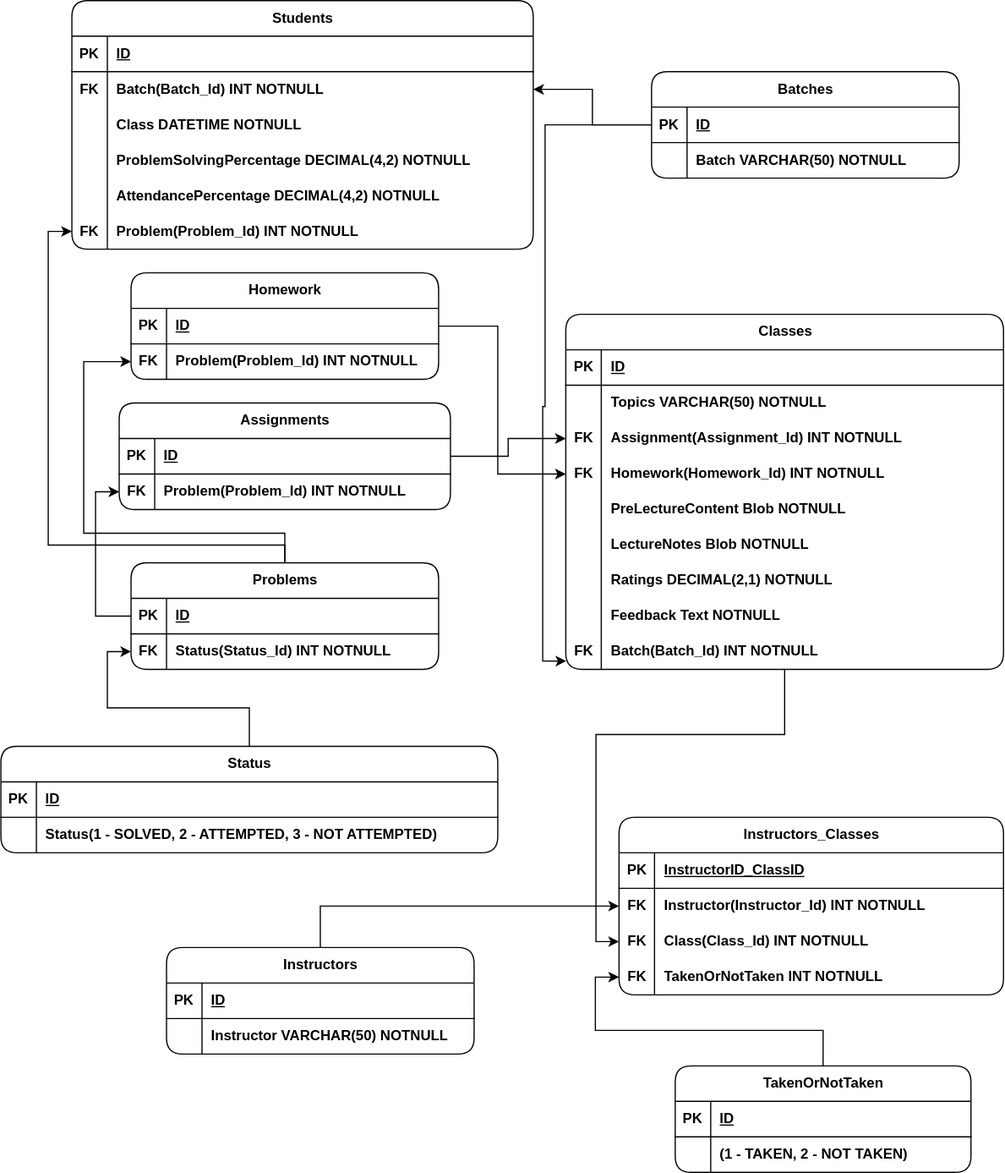
Before: Online Classes.svg, a diagram exported from draw.io (Deadlegend1321/Schemas). Source tidied: cells renumbered, new cells last; positions are measured from the earlier drawing's top-left corner, leaving out a move shared by most shapes.
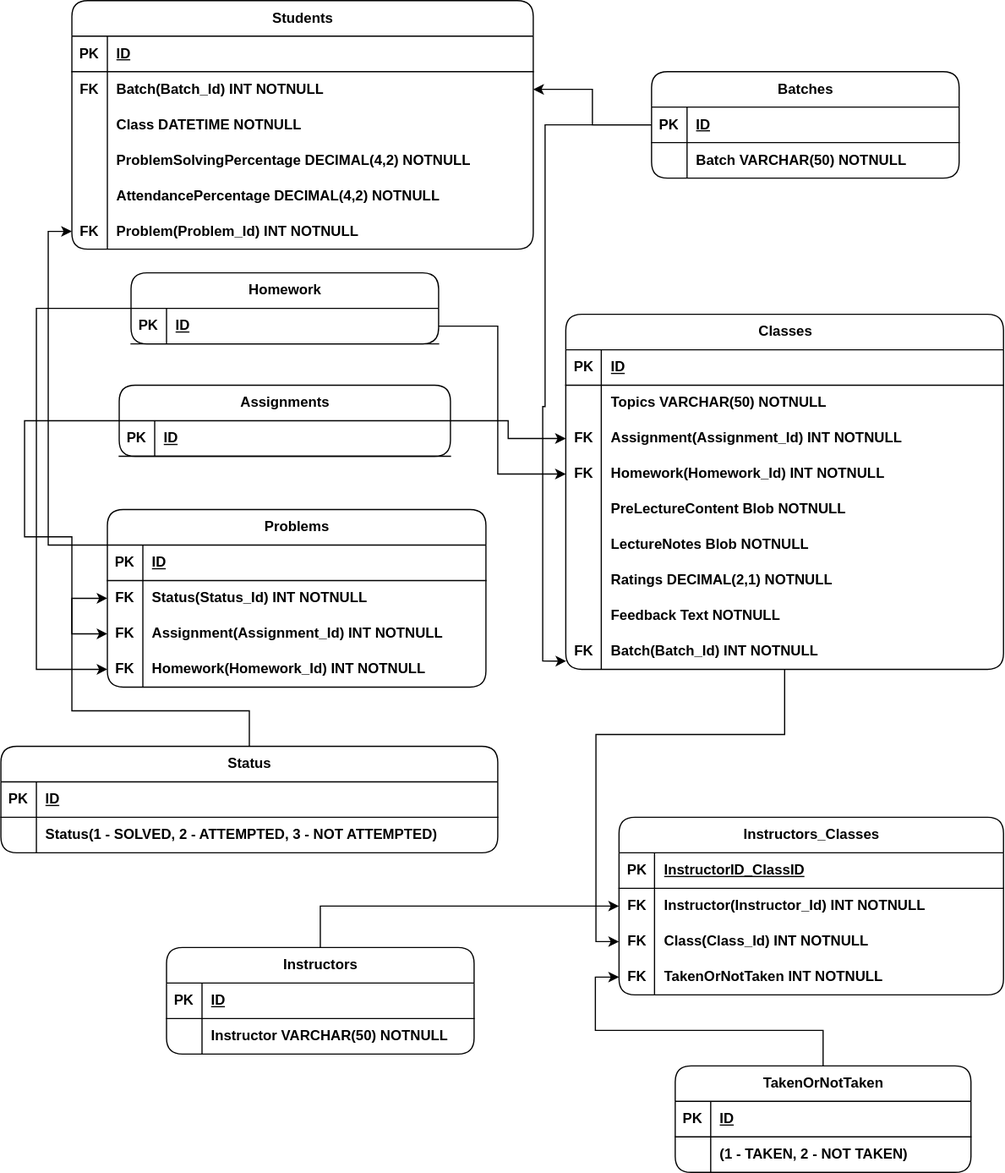
Above is the later version.

What changed in the source:
```diff
@@ -155,8 +155,18 @@
     <mxCell id="50" style="edgeStyle=orthogonalEdgeStyle;rounded=0;jettySize=auto;html=1;entryX=0;entryY=0.5;entryDx=0;entryDy=0;" parent="1" edge="1" source="51" target="29">
       <mxGeometry relative="1" as="geometry" />
     </mxCell>
+    <mxCell id="122" style="edgeStyle=orthogonalEdgeStyle;rounded=0;jettySize=auto;html=1;entryX=0;entryY=0.5;entryDx=0;entryDy=0;" parent="1" edge="1" source="51" target="124">
+      <mxGeometry relative="1" as="geometry">
+        <Array as="points">
+          <mxPoint x="20" y="355" />
+          <mxPoint x="20" y="453" />
+          <mxPoint x="60" y="453" />
+          <mxPoint x="60" y="535" />
+        </Array>
+      </mxGeometry>
+    </mxCell>
     <mxCell id="51" value="Assignments" style="shape=table;startSize=30;rowLines=0;fontStyle=1;align=center;html=1;rounded=1;" parent="1" vertex="1">
-      <mxGeometry x="100" y="340" width="280" height="90" as="geometry" />
+      <mxGeometry x="100" y="325" width="280" height="60" as="geometry" />
     </mxCell>
     <mxCell id="52" style="shape=tableRow;horizontal=0;startSize=0;swimlaneHead=0;swimlaneBody=0;fillColor=none;top=0;left=0;right=0;bottom=1;" parent="51" vertex="1">
       <mxGeometry y="30" width="280" height="30" as="geometry" />
@@ -167,15 +177,6 @@
     <mxCell id="54" value="ID" style="shape=partialRectangle;fillColor=none;top=0;left=0;bottom=0;right=0;align=left;spacingLeft=6;fontStyle=5;overflow=hidden;whiteSpace=wrap;html=1;" parent="52" vertex="1">
       <mxGeometry x="30" width="250" height="30" as="geometry" />
     </mxCell>
-    <mxCell id="55" style="shape=tableRow;horizontal=0;startSize=0;swimlaneHead=0;swimlaneBody=0;fillColor=none;points=[[0,0.5],[1,0.5]];portConstraint=eastwest;top=0;left=0;right=0;bottom=0;" parent="51" vertex="1">
-      <mxGeometry y="60" width="280" height="30" as="geometry" />
-    </mxCell>
-    <mxCell id="56" value="&lt;b style=&quot;border-color: var(--border-color);&quot;&gt;FK&lt;/b&gt;" style="shape=partialRectangle;fillColor=none;top=0;left=0;bottom=0;right=0;overflow=hidden;whiteSpace=wrap;html=1;" parent="55" vertex="1">
-      <mxGeometry width="30" height="30" as="geometry" />
-    </mxCell>
-    <mxCell id="57" value="&lt;b style=&quot;border-color: var(--border-color);&quot;&gt;Problem(&lt;b style=&quot;border-color: var(--border-color);&quot;&gt;Problem_&lt;/b&gt;Id) INT NOTNULL&lt;/b&gt;" style="shape=partialRectangle;fillColor=none;top=0;left=0;bottom=0;right=0;align=left;spacingLeft=6;overflow=hidden;whiteSpace=wrap;html=1;" parent="55" vertex="1">
-      <mxGeometry x="30" width="250" height="30" as="geometry" />
-    </mxCell>
     <mxCell id="58" style="edgeStyle=orthogonalEdgeStyle;rounded=0;jettySize=auto;html=1;entryX=0;entryY=0.5;entryDx=0;entryDy=0;" parent="1" edge="1" source="59" target="78">
       <mxGeometry relative="1" as="geometry" />
     </mxCell>
@@ -208,8 +209,16 @@
         </Array>
       </mxGeometry>
     </mxCell>
+    <mxCell id="123" style="edgeStyle=orthogonalEdgeStyle;rounded=0;jettySize=auto;html=1;entryX=0;entryY=0.5;entryDx=0;entryDy=0;" parent="1" edge="1" source="67" target="127">
+      <mxGeometry relative="1" as="geometry">
+        <Array as="points">
+          <mxPoint x="30" y="260" />
+          <mxPoint x="30" y="565" />
+        </Array>
+      </mxGeometry>
+    </mxCell>
     <mxCell id="67" value="Homework" style="shape=table;startSize=30;rowLines=0;fontStyle=1;align=center;html=1;rounded=1;" parent="1" vertex="1">
-      <mxGeometry x="110" y="230" width="260" height="90" as="geometry" />
+      <mxGeometry x="110" y="230" width="260" height="60" as="geometry" />
     </mxCell>
     <mxCell id="68" style="shape=tableRow;horizontal=0;startSize=0;swimlaneHead=0;swimlaneBody=0;fillColor=none;top=0;left=0;right=0;bottom=1;" parent="67" vertex="1">
       <mxGeometry y="30" width="260" height="30" as="geometry" />
@@ -220,15 +229,6 @@
     <mxCell id="70" value="ID" style="shape=partialRectangle;fillColor=none;top=0;left=0;bottom=0;right=0;align=left;spacingLeft=6;fontStyle=5;overflow=hidden;whiteSpace=wrap;html=1;" parent="68" vertex="1">
       <mxGeometry x="30" width="230" height="30" as="geometry" />
     </mxCell>
-    <mxCell id="71" style="shape=tableRow;horizontal=0;startSize=0;swimlaneHead=0;swimlaneBody=0;fillColor=none;points=[[0,0.5],[1,0.5]];portConstraint=eastwest;top=0;left=0;right=0;bottom=0;" parent="67" vertex="1">
-      <mxGeometry y="60" width="260" height="30" as="geometry" />
-    </mxCell>
-    <mxCell id="72" value="&lt;b style=&quot;border-color: var(--border-color);&quot;&gt;FK&lt;/b&gt;" style="shape=partialRectangle;fillColor=none;top=0;left=0;bottom=0;right=0;overflow=hidden;whiteSpace=wrap;html=1;" parent="71" vertex="1">
-      <mxGeometry width="30" height="30" as="geometry" />
-    </mxCell>
-    <mxCell id="73" value="&lt;b style=&quot;border-color: var(--border-color);&quot;&gt;Problem(&lt;b style=&quot;border-color: var(--border-color);&quot;&gt;Problem_&lt;/b&gt;Id) INT NOTNULL&lt;/b&gt;" style="shape=partialRectangle;fillColor=none;top=0;left=0;bottom=0;right=0;align=left;spacingLeft=6;overflow=hidden;whiteSpace=wrap;html=1;" parent="71" vertex="1">
-      <mxGeometry x="30" width="230" height="30" as="geometry" />
-    </mxCell>
     <mxCell id="74" value="Instructors_Classes" style="shape=table;startSize=30;rowLines=0;fontStyle=1;align=center;html=1;rounded=1;" parent="1" vertex="1">
       <mxGeometry x="522.5" y="690" width="325" height="150" as="geometry" />
     </mxCell>
@@ -308,38 +308,53 @@
         </Array>
       </mxGeometry>
     </mxCell>
-    <mxCell id="96" style="edgeStyle=orthogonalEdgeStyle;rounded=0;jettySize=auto;html=1;entryX=0;entryY=0.5;entryDx=0;entryDy=0;" parent="1" edge="1" source="97" target="71">
-      <mxGeometry relative="1" as="geometry">
-        <Array as="points">
-          <mxPoint x="240" y="450" />
-          <mxPoint x="70" y="450" />
-          <mxPoint x="70" y="305" />
-        </Array>
-      </mxGeometry>
-    </mxCell>
     <mxCell id="97" value="Problems" style="shape=table;startSize=30;rowLines=0;fontStyle=1;align=center;html=1;rounded=1;" parent="1" vertex="1">
-      <mxGeometry x="110" y="475" width="260" height="90" as="geometry" />
+      <mxGeometry x="90" y="430" width="320" height="150" as="geometry" />
     </mxCell>
     <mxCell id="98" style="shape=tableRow;horizontal=0;startSize=0;swimlaneHead=0;swimlaneBody=0;fillColor=none;points=[[0,0.5],[1,0.5]];portConstraint=eastwest;top=0;left=0;right=0;bottom=1;" parent="97" vertex="1">
-      <mxGeometry y="30" width="260" height="30" as="geometry" />
+      <mxGeometry y="30" width="320" height="30" as="geometry" />
     </mxCell>
     <mxCell id="99" value="PK" style="shape=partialRectangle;fillColor=none;top=0;left=0;bottom=0;right=0;fontStyle=1;overflow=hidden;whiteSpace=wrap;html=1;" parent="98" vertex="1">
       <mxGeometry width="30" height="30" as="geometry" />
     </mxCell>
     <mxCell id="100" value="ID" style="shape=partialRectangle;fillColor=none;top=0;left=0;bottom=0;right=0;align=left;spacingLeft=6;fontStyle=5;overflow=hidden;whiteSpace=wrap;html=1;" parent="98" vertex="1">
-      <mxGeometry x="30" width="230" height="30" as="geometry" />
+      <mxGeometry x="30" width="290" height="30" as="geometry" />
     </mxCell>
     <mxCell id="101" style="shape=tableRow;horizontal=0;startSize=0;swimlaneHead=0;swimlaneBody=0;fillColor=none;points=[[0,0.5],[1,0.5]];portConstraint=eastwest;top=0;left=0;right=0;bottom=0;" parent="97" vertex="1">
-      <mxGeometry y="60" width="260" height="30" as="geometry" />
+      <mxGeometry y="60" width="320" height="30" as="geometry" />
     </mxCell>
     <mxCell id="102" value="&lt;b style=&quot;border-color: var(--border-color);&quot;&gt;FK&lt;/b&gt;" style="shape=partialRectangle;fillColor=none;top=0;left=0;bottom=0;right=0;overflow=hidden;whiteSpace=wrap;html=1;" parent="101" vertex="1">
       <mxGeometry width="30" height="30" as="geometry" />
     </mxCell>
     <mxCell id="103" value="&lt;b style=&quot;border-color: var(--border-color);&quot;&gt;Status(Status_Id) INT NOTNULL&lt;/b&gt;" style="shape=partialRectangle;fillColor=none;top=0;left=0;bottom=0;right=0;align=left;spacingLeft=6;overflow=hidden;whiteSpace=wrap;html=1;" parent="101" vertex="1">
-      <mxGeometry x="30" width="230" height="30" as="geometry" />
+      <mxGeometry x="30" width="290" height="30" as="geometry" />
     </mxCell>
+    <mxCell id="124" style="shape=tableRow;horizontal=0;startSize=0;swimlaneHead=0;swimlaneBody=0;fillColor=none;points=[[0,0.5],[1,0.5]];portConstraint=eastwest;top=0;left=0;right=0;bottom=0;" parent="97" vertex="1">
+      <mxGeometry y="90" width="320" height="30" as="geometry" />
+    </mxCell>
+    <mxCell id="125" value="&lt;b style=&quot;border-color: var(--border-color);&quot;&gt;FK&lt;/b&gt;" style="shape=partialRectangle;fillColor=none;top=0;left=0;bottom=0;right=0;overflow=hidden;whiteSpace=wrap;html=1;" parent="124" vertex="1">
+      <mxGeometry width="30" height="30" as="geometry" />
+    </mxCell>
+    <mxCell id="126" value="&lt;b style=&quot;border-color: var(--border-color);&quot;&gt;Assignment(Assignment&lt;b style=&quot;border-color: var(--border-color);&quot;&gt;_&lt;/b&gt;Id) INT NOTNULL&lt;/b&gt;" style="shape=partialRectangle;fillColor=none;top=0;left=0;bottom=0;right=0;align=left;spacingLeft=6;overflow=hidden;whiteSpace=wrap;html=1;" parent="124" vertex="1">
+      <mxGeometry x="30" width="290" height="30" as="geometry" />
+    </mxCell>
+    <mxCell id="127" style="shape=tableRow;horizontal=0;startSize=0;swimlaneHead=0;swimlaneBody=0;fillColor=none;points=[[0,0.5],[1,0.5]];portConstraint=eastwest;top=0;left=0;right=0;bottom=0;" parent="97" vertex="1">
+      <mxGeometry y="120" width="320" height="30" as="geometry" />
+    </mxCell>
+    <mxCell id="128" value="&lt;b style=&quot;border-color: var(--border-color);&quot;&gt;FK&lt;/b&gt;" style="shape=partialRectangle;fillColor=none;top=0;left=0;bottom=0;right=0;overflow=hidden;whiteSpace=wrap;html=1;" parent="127" vertex="1">
+      <mxGeometry width="30" height="30" as="geometry" />
+    </mxCell>
+    <mxCell id="129" value="&lt;b style=&quot;border-color: var(--border-color);&quot;&gt;Homework(Homework&lt;b style=&quot;border-color: var(--border-color);&quot;&gt;_&lt;/b&gt;Id) INT NOTNULL&lt;/b&gt;" style="shape=partialRectangle;fillColor=none;top=0;left=0;bottom=0;right=0;align=left;spacingLeft=6;overflow=hidden;whiteSpace=wrap;html=1;" parent="127" vertex="1">
+      <mxGeometry x="30" width="290" height="30" as="geometry" />
+    </mxCell>
     <mxCell id="104" style="edgeStyle=orthogonalEdgeStyle;rounded=0;jettySize=auto;html=1;entryX=0;entryY=0.5;entryDx=0;entryDy=0;" parent="1" edge="1" source="105" target="101">
-      <mxGeometry relative="1" as="geometry" />
+      <mxGeometry relative="1" as="geometry">
+        <Array as="points">
+          <mxPoint x="210" y="600" />
+          <mxPoint x="60" y="600" />
+          <mxPoint x="60" y="505" />
+        </Array>
+      </mxGeometry>
     </mxCell>
     <mxCell id="105" value="Status" style="shape=table;startSize=30;rowLines=0;fontStyle=1;align=center;html=1;rounded=1;" parent="1" vertex="1">
       <mxGeometry y="630" width="420" height="90" as="geometry" />
@@ -389,8 +404,5 @@
     <mxCell id="120" style="edgeStyle=orthogonalEdgeStyle;rounded=0;jettySize=auto;html=1;entryX=1;entryY=0.5;entryDx=0;entryDy=0;" parent="1" edge="1" source="89" target="6">
       <mxGeometry relative="1" as="geometry" />
     </mxCell>
-    <mxCell id="121" style="edgeStyle=orthogonalEdgeStyle;rounded=0;jettySize=auto;html=1;entryX=0;entryY=0.5;entryDx=0;entryDy=0;" parent="1" edge="1" source="98" target="55">
-      <mxGeometry relative="1" as="geometry" />
-    </mxCell>
   </root>
 </mxGraphModel>
```
